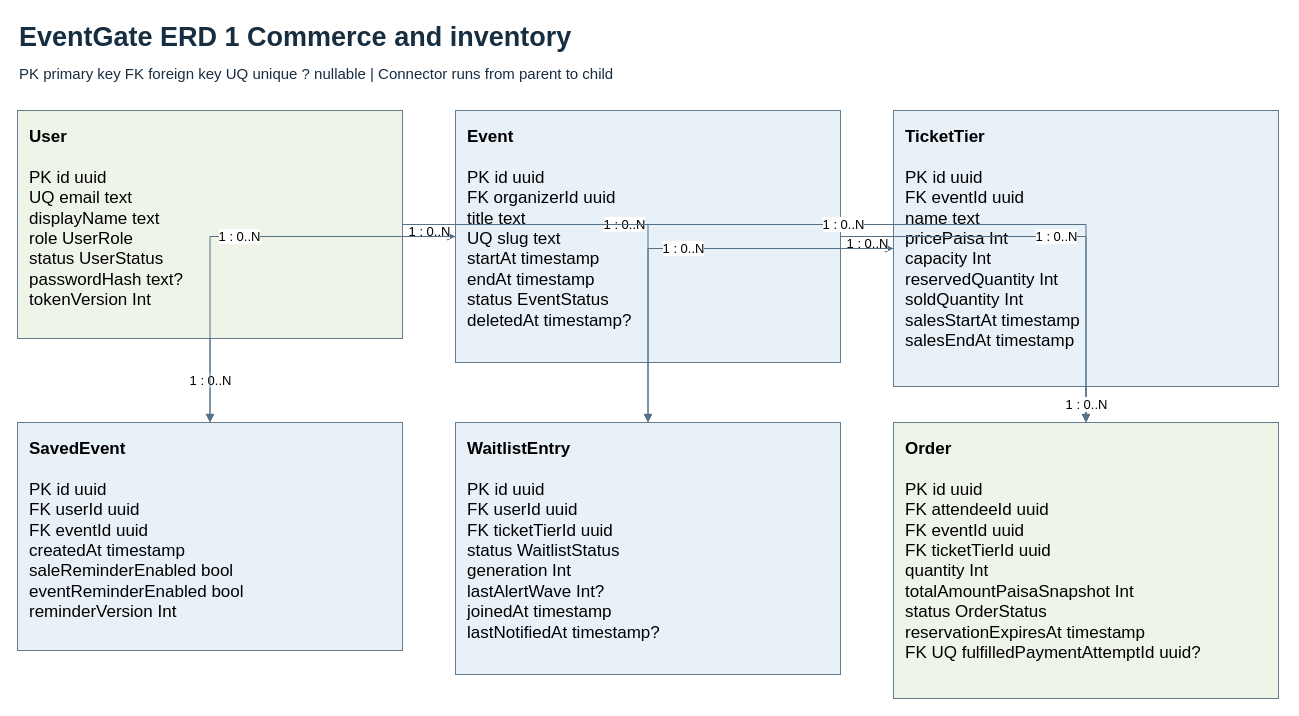
Before: page "EventGate ERD 1 Commerce and inventory" (1 of 4) of diagrams/eventgate-erd.drawio in SayemHasan74/eventgate-system-design, a draw.io diagram. Source tidied: cells renumbered, new cells numbered last; positions are measured from the earlier drawing's top-left corner, leaving out a move shared by most shapes. Both pictures are drawn from the tidied source at 100%, with x=0, y=0 at pixel (17, 17).
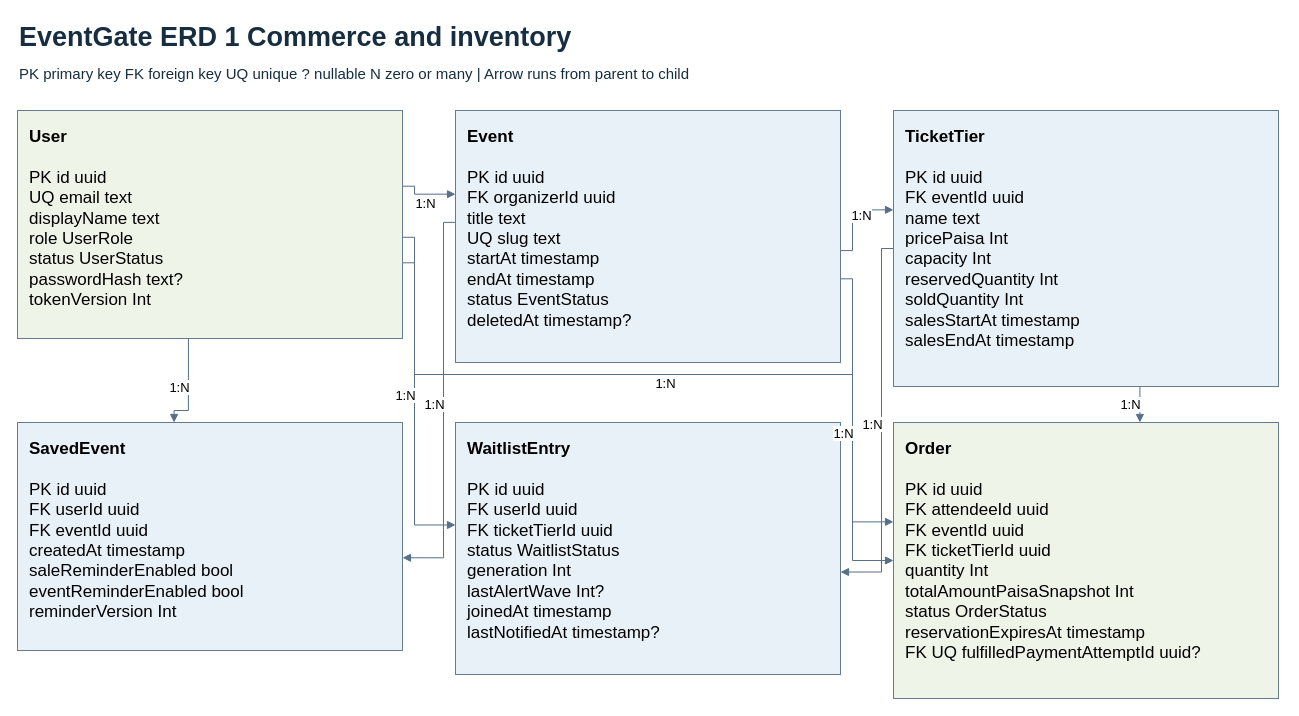
Above is the later version.

Commit message (it also covers changes not shown here):
Clarify foreign keys and route diagram connectors around entities

The change refers to these unchanged cells:
```xml
<mxCell id="4" value="&lt;b&gt;User&lt;/b&gt;&lt;br&gt;&lt;br&gt;PK id  uuid&lt;br&gt;UQ email  text&lt;br&gt;displayName  text&lt;br&gt;role  UserRole&lt;br&gt;status  UserStatus&lt;br&gt;passwordHash  text?&lt;br&gt;tokenVersion  Int" style="rounded=0;whiteSpace=wrap;html=1;align=left;verticalAlign=top;spacing=12;fontFamily=Arial;fontSize=17;fillColor=#eff4e9;strokeColor=#657c8f;" parent="1" vertex="1">
  <mxGeometry y="93" width="385" height="228" as="geometry" />
</mxCell>
<mxCell id="5" value="&lt;b&gt;Event&lt;/b&gt;&lt;br&gt;&lt;br&gt;PK id  uuid&lt;br&gt;FK organizerId  uuid&lt;br&gt;title  text&lt;br&gt;UQ slug  text&lt;br&gt;startAt  timestamp&lt;br&gt;endAt  timestamp&lt;br&gt;status  EventStatus&lt;br&gt;deletedAt  timestamp?" style="rounded=0;whiteSpace=wrap;html=1;align=left;verticalAlign=top;spacing=12;fontFamily=Arial;fontSize=17;fillColor=#e9f1f8;strokeColor=#657c8f;" parent="1" vertex="1">
  <mxGeometry x="438" y="93" width="385" height="252" as="geometry" />
</mxCell>
<mxCell id="6" value="&lt;b&gt;TicketTier&lt;/b&gt;&lt;br&gt;&lt;br&gt;PK id  uuid&lt;br&gt;FK eventId  uuid&lt;br&gt;name  text&lt;br&gt;pricePaisa  Int&lt;br&gt;capacity  Int&lt;br&gt;reservedQuantity  Int&lt;br&gt;soldQuantity  Int&lt;br&gt;salesStartAt  timestamp&lt;br&gt;salesEndAt  timestamp" style="rounded=0;whiteSpace=wrap;html=1;align=left;verticalAlign=top;spacing=12;fontFamily=Arial;fontSize=17;fillColor=#e9f1f8;strokeColor=#657c8f;" parent="1" vertex="1">
  <mxGeometry x="876" y="93" width="385" height="276" as="geometry" />
</mxCell>
<mxCell id="7" value="&lt;b&gt;SavedEvent&lt;/b&gt;&lt;br&gt;&lt;br&gt;PK id  uuid&lt;br&gt;FK userId  uuid&lt;br&gt;FK eventId  uuid&lt;br&gt;createdAt  timestamp&lt;br&gt;saleReminderEnabled  bool&lt;br&gt;eventReminderEnabled  bool&lt;br&gt;reminderVersion  Int" style="rounded=0;whiteSpace=wrap;html=1;align=left;verticalAlign=top;spacing=12;fontFamily=Arial;fontSize=17;fillColor=#e9f1f8;strokeColor=#657c8f;" parent="1" vertex="1">
  <mxGeometry y="405" width="385" height="228" as="geometry" />
</mxCell>
<mxCell id="8" value="&lt;b&gt;WaitlistEntry&lt;/b&gt;&lt;br&gt;&lt;br&gt;PK id  uuid&lt;br&gt;FK userId  uuid&lt;br&gt;FK ticketTierId  uuid&lt;br&gt;status  WaitlistStatus&lt;br&gt;generation  Int&lt;br&gt;lastAlertWave  Int?&lt;br&gt;joinedAt  timestamp&lt;br&gt;lastNotifiedAt  timestamp?" style="rounded=0;whiteSpace=wrap;html=1;align=left;verticalAlign=top;spacing=12;fontFamily=Arial;fontSize=17;fillColor=#e9f1f8;strokeColor=#657c8f;" parent="1" vertex="1">
  <mxGeometry x="438" y="405" width="385" height="252" as="geometry" />
</mxCell>
<mxCell id="9" value="&lt;b&gt;Order&lt;/b&gt;&lt;br&gt;&lt;br&gt;PK id  uuid&lt;br&gt;FK attendeeId  uuid&lt;br&gt;FK eventId  uuid&lt;br&gt;FK ticketTierId  uuid&lt;br&gt;quantity  Int&lt;br&gt;totalAmountPaisaSnapshot  Int&lt;br&gt;status  OrderStatus&lt;br&gt;reservationExpiresAt  timestamp&lt;br&gt;FK UQ fulfilledPaymentAttemptId  uuid?" style="rounded=0;whiteSpace=wrap;html=1;align=left;verticalAlign=top;spacing=12;fontFamily=Arial;fontSize=17;fillColor=#eff4e9;strokeColor=#657c8f;" parent="1" vertex="1">
  <mxGeometry x="876" y="405" width="385" height="276" as="geometry" />
</mxCell>
```

Diff of the diagram source:
```diff
@@
-    <mxCell id="3" value="PK primary key   FK foreign key   UQ unique   ? nullable   |   Connector runs from parent to child" style="text;html=0;align=left;verticalAlign=middle;fontSize=15;fontStyle=0;fontColor=#172d40;" parent="1" vertex="1">
+    <mxCell id="3" value="PK primary key   FK foreign key   UQ unique   ? nullable   N zero or many   |   Arrow runs from parent to child" style="text;html=0;align=left;verticalAlign=middle;fontSize=15;fontStyle=0;fontColor=#172d40;" parent="1" vertex="1">
       <mxGeometry y="39" width="1264" height="32" as="geometry" />
     </mxCell>
@@
-    <mxCell id="10" value="1 : 0..N" style="edgeStyle=orthogonalEdgeStyle;rounded=0;html=1;fontSize=13;labelBackgroundColor=#ffffff;strokeColor=#557087;endArrow=block;endFill=1;dashed=0;" parent="1" edge="1" source="4" target="5">
-      <mxGeometry relative="1" as="geometry" />
+    <mxCell id="10" value="1:N" style="edgeStyle=none;rounded=0;html=1;fontSize=13;labelBackgroundColor=#ffffff;strokeColor=#557087;endArrow=block;endFill=1;exitX=1;exitY=0.332;entryX=0;entryY=0.332;exitPerimeter=0;entryPerimeter=0;dashed=0;" parent="1" edge="1" source="4" target="5">
+      <mxGeometry y="-9" relative="1" as="geometry">
+        <Array as="points">
+          <mxPoint x="397" y="168.7" />
+          <mxPoint x="397" y="176.7" />
+        </Array>
+      </mxGeometry>
     </mxCell>
-    <mxCell id="11" value="1 : 0..N" style="edgeStyle=orthogonalEdgeStyle;rounded=0;html=1;fontSize=13;labelBackgroundColor=#ffffff;strokeColor=#557087;endArrow=block;endFill=1;dashed=0;" parent="1" edge="1" source="4" target="7">
-      <mxGeometry relative="1" as="geometry" />
+    <mxCell id="11" value="1:N" style="edgeStyle=none;rounded=0;html=1;fontSize=13;labelBackgroundColor=#ffffff;strokeColor=#557087;endArrow=block;endFill=1;exitX=0.44400000000000006;exitY=1;entryX=0.4066666666666667;entryY=0;exitPerimeter=0;entryPerimeter=0;dashed=0;" parent="1" edge="1" source="4" target="7">
+      <mxGeometry y="-9" relative="1" as="geometry">
+        <Array as="points">
+          <mxPoint x="170.9" y="393" />
+          <mxPoint x="156.6" y="393" />
+        </Array>
+      </mxGeometry>
     </mxCell>
-    <mxCell id="12" value="1 : 0..N" style="edgeStyle=orthogonalEdgeStyle;rounded=0;html=1;fontSize=13;labelBackgroundColor=#ffffff;strokeColor=#557087;endArrow=block;endFill=1;dashed=0;" parent="1" edge="1" source="5" target="7">
-      <mxGeometry relative="1" as="geometry" />
+    <mxCell id="12" value="1:N" style="edgeStyle=none;rounded=0;html=1;fontSize=13;labelBackgroundColor=#ffffff;strokeColor=#557087;endArrow=block;endFill=1;exitX=0;exitY=0.44400000000000006;entryX=1;entryY=0.5933333333333334;exitPerimeter=0;entryPerimeter=0;dashed=0;" parent="1" edge="1" source="5" target="7">
+      <mxGeometry y="-9" relative="1" as="geometry">
+        <Array as="points">
+          <mxPoint x="426" y="204.9" />
+          <mxPoint x="426" y="540.3" />
+        </Array>
+      </mxGeometry>
     </mxCell>
-    <mxCell id="13" value="1 : 0..N" style="edgeStyle=orthogonalEdgeStyle;rounded=0;html=1;fontSize=13;labelBackgroundColor=#ffffff;strokeColor=#557087;endArrow=block;endFill=1;dashed=0;" parent="1" edge="1" source="5" target="6">
-      <mxGeometry relative="1" as="geometry" />
+    <mxCell id="13" value="1:N" style="edgeStyle=none;rounded=0;html=1;fontSize=13;labelBackgroundColor=#ffffff;strokeColor=#557087;endArrow=block;endFill=1;exitX=1;exitY=0.556;entryX=0;entryY=0.36;exitPerimeter=0;entryPerimeter=0;dashed=0;" parent="1" edge="1" source="5" target="6">
+      <mxGeometry y="-9" relative="1" as="geometry">
+        <Array as="points">
+          <mxPoint x="835" y="233.1" />
+          <mxPoint x="835" y="192.4" />
+        </Array>
+      </mxGeometry>
     </mxCell>
-    <mxCell id="14" value="1 : 0..N" style="edgeStyle=orthogonalEdgeStyle;rounded=0;html=1;fontSize=13;labelBackgroundColor=#ffffff;strokeColor=#557087;endArrow=block;endFill=1;dashed=0;" parent="1" edge="1" source="4" target="8">
-      <mxGeometry relative="1" as="geometry" />
+    <mxCell id="14" value="1:N" style="edgeStyle=none;rounded=0;html=1;fontSize=13;labelBackgroundColor=#ffffff;strokeColor=#557087;endArrow=block;endFill=1;exitX=1;exitY=0.556;entryX=0;entryY=0.4066666666666667;exitPerimeter=0;entryPerimeter=0;dashed=0;" parent="1" edge="1" source="4" target="8">
+      <mxGeometry y="-9" relative="1" as="geometry">
+        <Array as="points">
+          <mxPoint x="397" y="219.8" />
+          <mxPoint x="397" y="507.5" />
+        </Array>
+      </mxGeometry>
     </mxCell>
-    <mxCell id="15" value="1 : 0..N" style="edgeStyle=orthogonalEdgeStyle;rounded=0;html=1;fontSize=13;labelBackgroundColor=#ffffff;strokeColor=#557087;endArrow=block;endFill=1;dashed=0;" parent="1" edge="1" source="6" target="8">
-      <mxGeometry relative="1" as="geometry" />
+    <mxCell id="15" value="1:N" style="edgeStyle=none;rounded=0;html=1;fontSize=13;labelBackgroundColor=#ffffff;strokeColor=#557087;endArrow=block;endFill=1;exitX=0;exitY=0.5;entryX=1;entryY=0.5933333333333334;exitPerimeter=0;entryPerimeter=0;dashed=0;" parent="1" edge="1" source="6" target="8">
+      <mxGeometry y="-9" relative="1" as="geometry">
+        <Array as="points">
+          <mxPoint x="864" y="231" />
+          <mxPoint x="864" y="554.5" />
+        </Array>
+      </mxGeometry>
     </mxCell>
-    <mxCell id="16" value="1 : 0..N" style="edgeStyle=orthogonalEdgeStyle;rounded=0;html=1;fontSize=13;labelBackgroundColor=#ffffff;strokeColor=#557087;endArrow=block;endFill=1;dashed=0;" parent="1" edge="1" source="4" target="9">
-      <mxGeometry relative="1" as="geometry" />
+    <mxCell id="16" value="1:N" style="edgeStyle=none;rounded=0;html=1;fontSize=13;labelBackgroundColor=#ffffff;strokeColor=#557087;endArrow=block;endFill=1;exitX=1;exitY=0.668;entryX=0;entryY=0.36;exitPerimeter=0;entryPerimeter=0;dashed=0;" parent="1" edge="1" source="4" target="9">
+      <mxGeometry y="-9" relative="1" as="geometry">
+        <Array as="points">
+          <mxPoint x="397" y="245.3" />
+          <mxPoint x="397" y="357" />
+          <mxPoint x="835" y="357" />
+          <mxPoint x="835" y="504.4" />
+        </Array>
+      </mxGeometry>
     </mxCell>
-    <mxCell id="17" value="1 : 0..N" style="edgeStyle=orthogonalEdgeStyle;rounded=0;html=1;fontSize=13;labelBackgroundColor=#ffffff;strokeColor=#557087;endArrow=block;endFill=1;dashed=0;" parent="1" edge="1" source="5" target="9">
-      <mxGeometry relative="1" as="geometry" />
+    <mxCell id="17" value="1:N" style="edgeStyle=none;rounded=0;html=1;fontSize=13;labelBackgroundColor=#ffffff;strokeColor=#557087;endArrow=block;endFill=1;exitX=1;exitY=0.668;entryX=0;entryY=0.5;exitPerimeter=0;entryPerimeter=0;dashed=0;" parent="1" edge="1" source="5" target="9">
+      <mxGeometry y="-9" relative="1" as="geometry">
+        <Array as="points">
+          <mxPoint x="835" y="261.3" />
+          <mxPoint x="835" y="543" />
+        </Array>
+      </mxGeometry>
     </mxCell>
-    <mxCell id="18" value="1 : 0..N" style="edgeStyle=orthogonalEdgeStyle;rounded=0;html=1;fontSize=13;labelBackgroundColor=#ffffff;strokeColor=#557087;endArrow=block;endFill=1;dashed=0;" parent="1" edge="1" source="6" target="9">
-      <mxGeometry relative="1" as="geometry" />
+    <mxCell id="18" value="1:N" style="edgeStyle=none;rounded=0;html=1;fontSize=13;labelBackgroundColor=#ffffff;strokeColor=#557087;endArrow=block;endFill=1;exitX=0.64;exitY=1;entryX=0.64;entryY=0;exitPerimeter=0;entryPerimeter=0;dashed=0;" parent="1" edge="1" source="6" target="9">
+      <mxGeometry y="-9" relative="1" as="geometry" />
     </mxCell>
```
